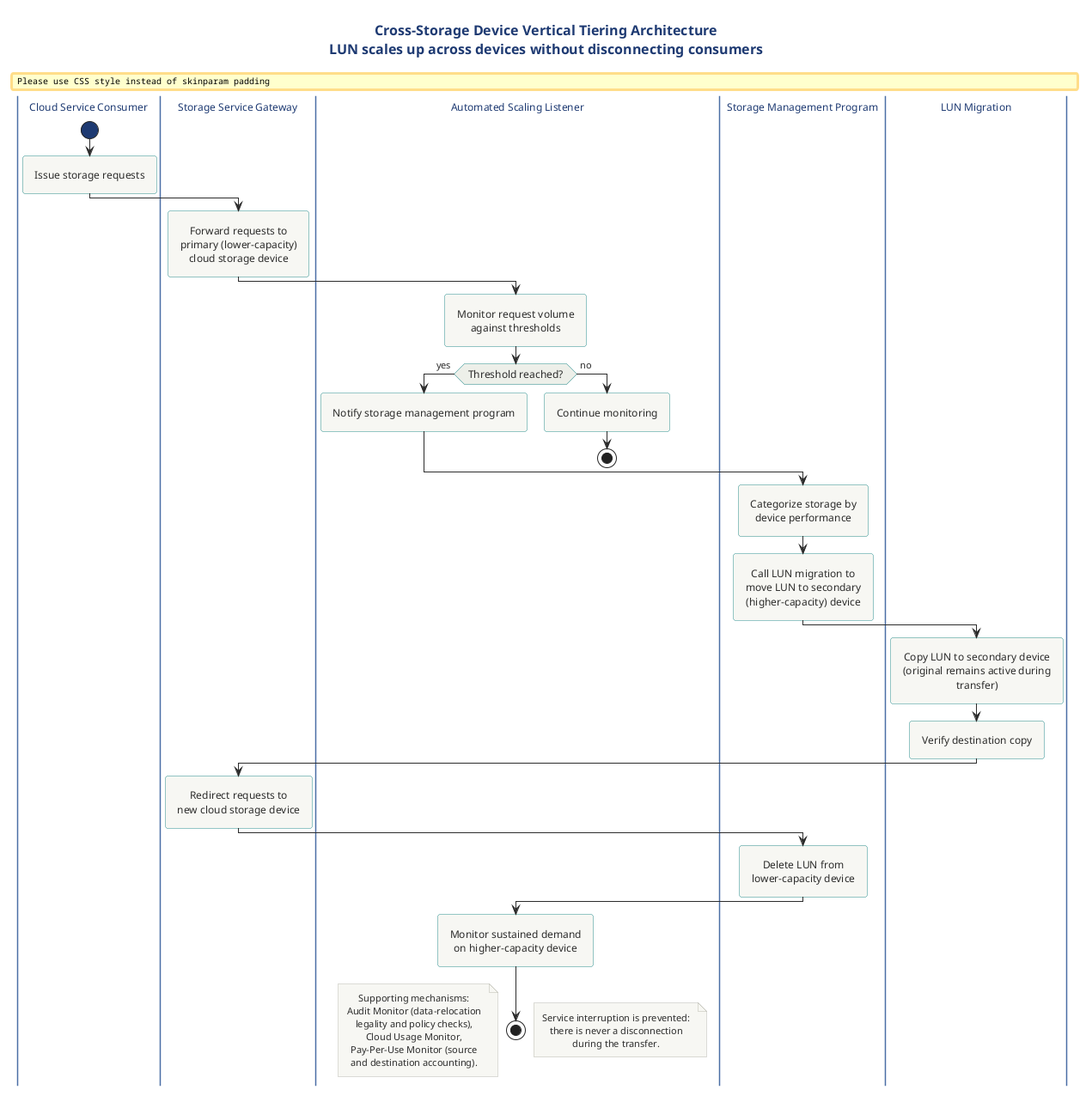
Above: src/architecture/cloud/architecture/cloud-architecture-diagram-library/specialized-cloud-architectures-puml/png/05-cross-storage-device-vertical-tiering.png in Notoriousjayy/latex-docs (PlantUML), before the change. Source of this version:
```plantuml
@startuml cross_storage_device_vertical_tiering
!include ../../../../../../tooling/styles/plantuml/behavioral/activity-diagram-style.iuml

title Cross-Storage Device Vertical Tiering Architecture\nLUN scales up across devices without disconnecting consumers

|Cloud Service Consumer|
start
:Issue storage requests;

|Storage Service Gateway|
:Forward requests to
primary (lower-capacity)
cloud storage device;

|Automated Scaling Listener|
:Monitor request volume
against thresholds;
if (Threshold reached?) then (yes)
  :Notify storage management program;
else (no)
  :Continue monitoring;
  stop
endif

|Storage Management Program|
:Categorize storage by
device performance;
:Call LUN migration to
move LUN to secondary
(higher-capacity) device;

|LUN Migration|
:Copy LUN to secondary device
(original remains active during transfer);
:Verify destination copy;

|Storage Service Gateway|
:Redirect requests to
new cloud storage device;

|Storage Management Program|
:Delete LUN from
lower-capacity device;

|Automated Scaling Listener|
:Monitor sustained demand
on higher-capacity device;
stop

note right
  Service interruption is prevented:
  there is never a disconnection
  during the transfer.
end note

note left
  Supporting mechanisms:
  Audit Monitor (data-relocation
  legality and policy checks),
  Cloud Usage Monitor,
  Pay-Per-Use Monitor (source
  and destination accounting).
end note

@enduml
```
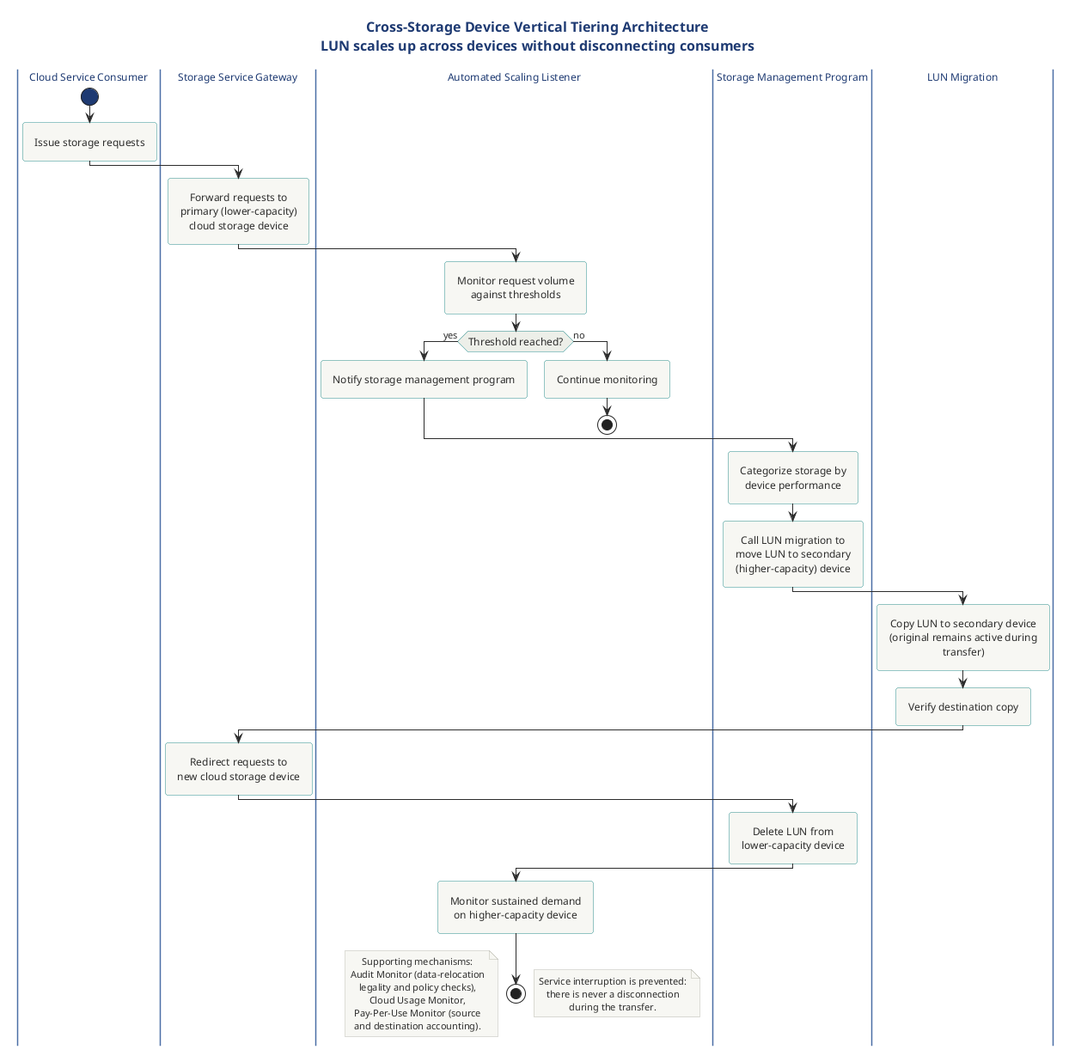
The same file after the commit.

Change to the diagram source:
```diff
@@ -1,4 +1,4 @@
-@startuml cross_storage_device_vertical_tiering
+@startuml
 !include ../../../../../../tooling/styles/plantuml/behavioral/activity-diagram-style.iuml
 
 title Cross-Storage Device Vertical Tiering Architecture\nLUN scales up across devices without disconnecting consumers
```
